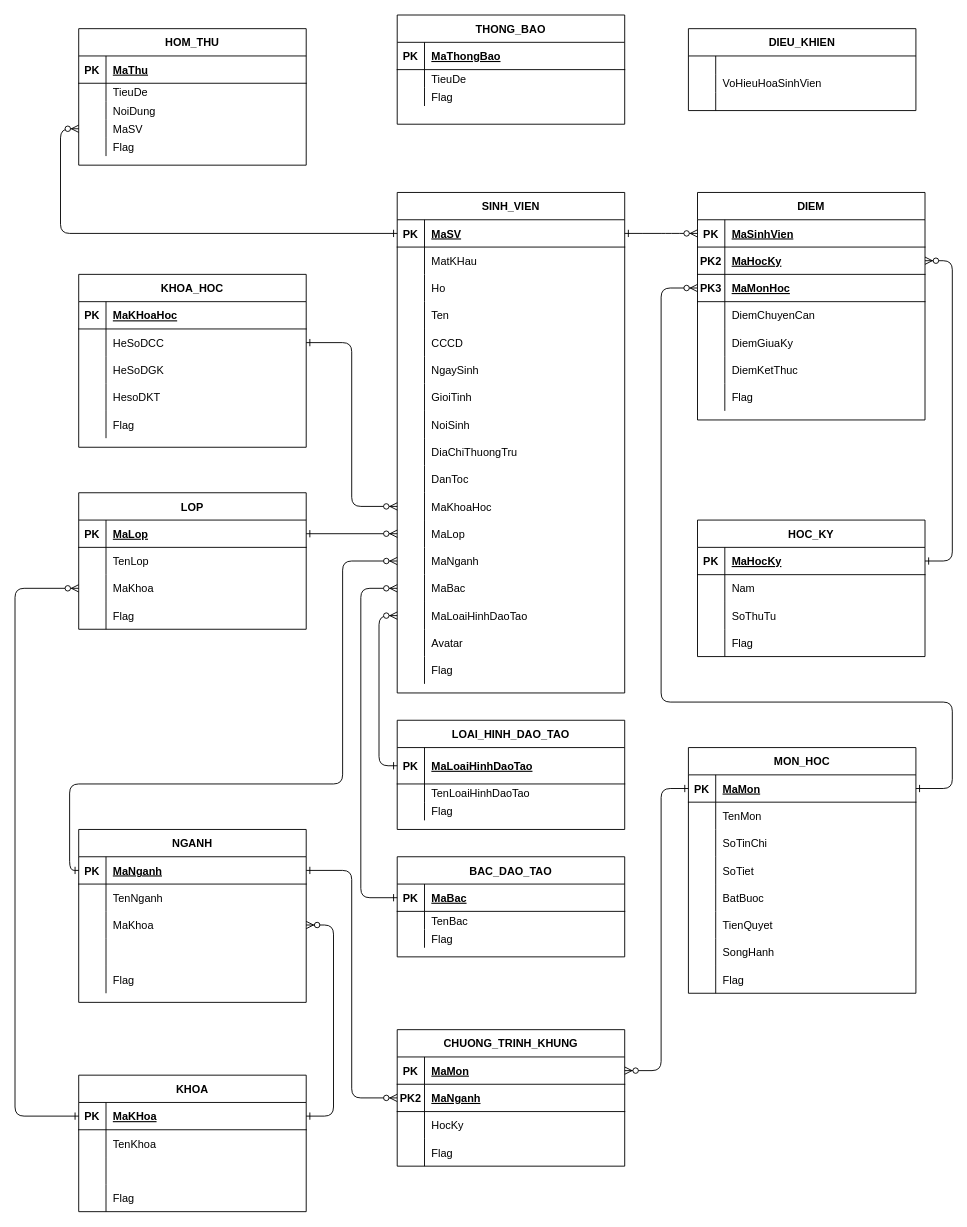
The draw.io diagram StoredFolder/SoDoThucTheLienKetDaTaBase.drawio in ngohoanglan3/group-9, before the edit. Source tidied: cells renumbered, new cells numbered last; positions are measured from the earlier drawing's top-left corner, leaving out a move shared by most shapes. Both pictures are drawn from the tidied source at 91%, with x=0, y=0 at pixel (15, 15).
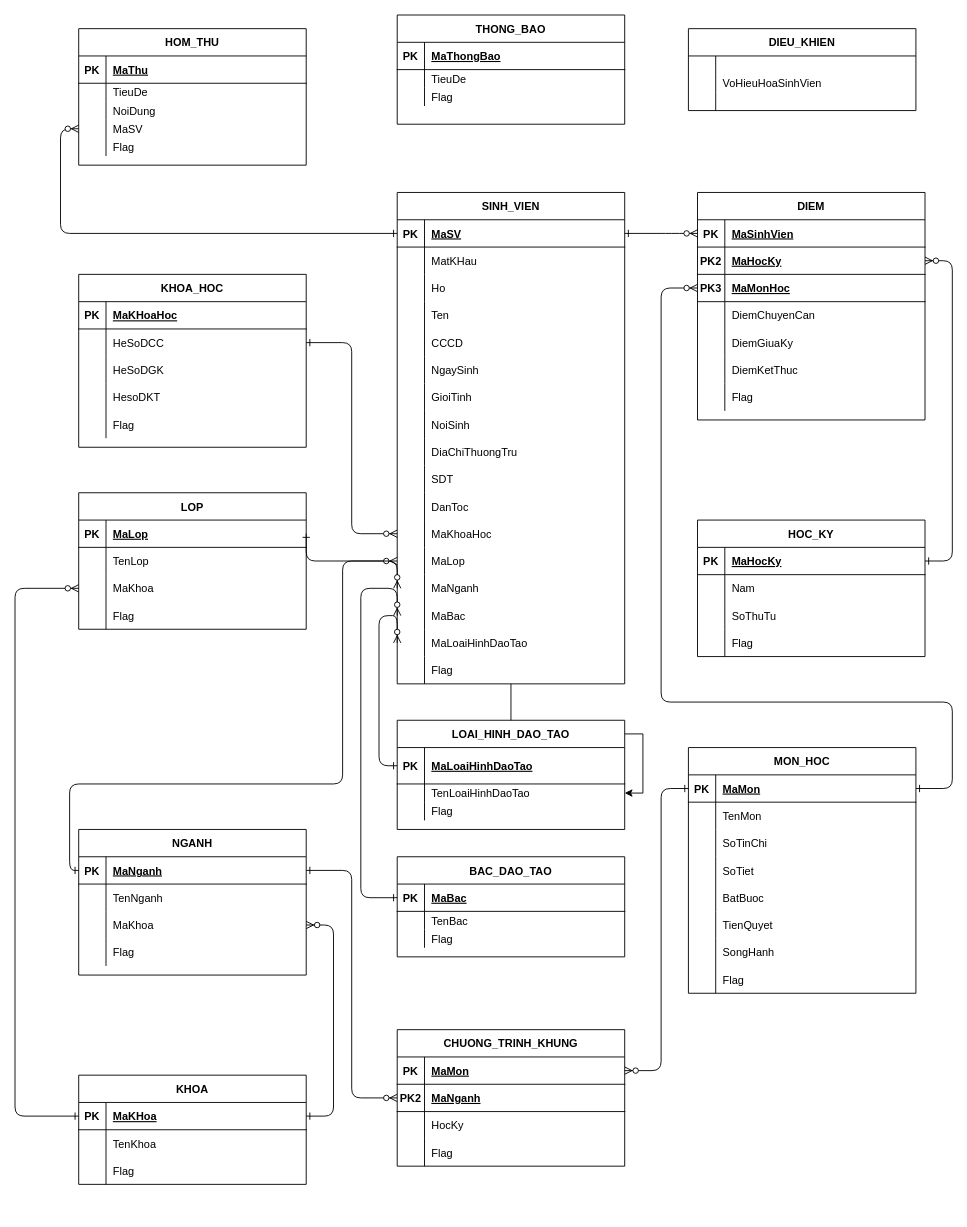
The same diagram, later.

The change refers to these unchanged cells:
```xml
<mxCell id="143" style="shape=partialRectangle;fillColor=none;top=0;left=0;right=0;bottom=0;" parent="136" vertex="1">
  <mxGeometry y="90" width="250" height="30" as="geometry" />
</mxCell>
<mxCell id="246" style="shape=partialRectangle;fillColor=none;points=[[0,0.5],[1,0.5]];portConstraint=eastwest;top=0;left=0;right=0;bottom=0;" parent="242" vertex="1">
  <mxGeometry y="70" width="250" height="20" as="geometry" />
</mxCell>
```

Change to the diagram source:
```diff
@@
+    <mxCell id="254" style="edgeStyle=orthogonalEdgeStyle;rounded=0;jettySize=auto;html=1;" parent="1" edge="1" source="4" target="246">
+      <mxGeometry relative="1" as="geometry" />
+    </mxCell>
     <mxCell id="4" value="SINH_VIEN" style="shape=table;startSize=30;childLayout=tableLayout;rowLines=0;fontStyle=1;align=center;" parent="1" vertex="1">
-      <mxGeometry x="420" y="195" width="250" height="550" as="geometry" />
+      <mxGeometry x="420" y="195" width="250" height="540" as="geometry" />
     </mxCell>
@@
+    <mxCell id="255" style="shape=partialRectangle;fillColor=none;top=0;left=0;right=0;bottom=0;" parent="4" vertex="1">
+      <mxGeometry y="300" width="250" height="30" as="geometry" />
+    </mxCell>
+    <mxCell id="256" style="shape=partialRectangle;overflow=hidden;fillColor=none;top=0;left=0;bottom=0;right=0;" parent="255" vertex="1">
+      <mxGeometry width="30" height="30" as="geometry" />
+    </mxCell>
+    <mxCell id="257" value="SDT" style="shape=partialRectangle;overflow=hidden;fillColor=none;top=0;left=0;bottom=0;right=0;align=left;spacingLeft=6;" parent="255" vertex="1">
+      <mxGeometry x="30" width="220" height="30" as="geometry" />
+    </mxCell>
     <mxCell id="32" style="shape=partialRectangle;fillColor=none;top=0;left=0;right=0;bottom=0;" parent="4" vertex="1">
-      <mxGeometry y="300" width="250" height="30" as="geometry" />
+      <mxGeometry y="330" width="250" height="30" as="geometry" />
     </mxCell>
@@
     <mxCell id="35" style="shape=partialRectangle;fillColor=none;points=[[0,0.5],[1,0.5]];portConstraint=eastwest;top=0;left=0;right=0;bottom=0;" parent="4" vertex="1">
-      <mxGeometry y="330" width="250" height="30" as="geometry" />
+      <mxGeometry y="360" width="250" height="30" as="geometry" />
     </mxCell>
@@
     <mxCell id="38" style="shape=partialRectangle;fillColor=none;points=[[0,0.5],[1,0.5]];portConstraint=eastwest;top=0;left=0;right=0;bottom=0;" parent="4" vertex="1">
-      <mxGeometry y="360" width="250" height="30" as="geometry" />
+      <mxGeometry y="390" width="250" height="30" as="geometry" />
     </mxCell>
@@
     <mxCell id="41" style="shape=partialRectangle;fillColor=none;points=[[0,0.5],[1,0.5]];portConstraint=eastwest;top=0;left=0;right=0;bottom=0;" parent="4" vertex="1">
-      <mxGeometry y="390" width="250" height="30" as="geometry" />
+      <mxGeometry y="420" width="250" height="30" as="geometry" />
     </mxCell>
@@
     <mxCell id="44" style="shape=partialRectangle;fillColor=none;points=[[0,0.5],[1,0.5]];portConstraint=eastwest;top=0;left=0;right=0;bottom=0;" parent="4" vertex="1">
-      <mxGeometry y="420" width="250" height="30" as="geometry" />
+      <mxGeometry y="450" width="250" height="30" as="geometry" />
     </mxCell>
@@
     <mxCell id="47" style="shape=partialRectangle;fillColor=none;points=[[0,0.5],[1,0.5]];portConstraint=eastwest;top=0;left=0;right=0;bottom=0;" parent="4" vertex="1">
-      <mxGeometry y="450" width="250" height="30" as="geometry" />
+      <mxGeometry y="480" width="250" height="30" as="geometry" />
     </mxCell>
@@
     <mxCell id="50" style="shape=partialRectangle;fillColor=none;top=0;left=0;right=0;bottom=0;" parent="4" vertex="1">
-      <mxGeometry y="480" width="250" height="30" as="geometry" />
+      <mxGeometry y="510" width="250" height="30" as="geometry" />
     </mxCell>
@@
-    <mxCell id="52" value="Avatar" style="shape=partialRectangle;overflow=hidden;fillColor=none;top=0;left=0;bottom=0;right=0;align=left;spacingLeft=6;" parent="50" vertex="1">
+    <mxCell id="52" value="Flag" style="shape=partialRectangle;overflow=hidden;fillColor=none;top=0;left=0;bottom=0;right=0;align=left;spacingLeft=6;" parent="50" vertex="1">
       <mxGeometry x="30" width="220" height="30" as="geometry" />
     </mxCell>
-    <mxCell id="53" style="shape=partialRectangle;fillColor=none;top=0;left=0;right=0;bottom=0;" parent="4" vertex="1">
-      <mxGeometry y="510" width="250" height="30" as="geometry" />
-    </mxCell>
-    <mxCell id="54" style="shape=partialRectangle;overflow=hidden;fillColor=none;top=0;left=0;bottom=0;right=0;" parent="53" vertex="1">
-      <mxGeometry width="30" height="30" as="geometry" />
-    </mxCell>
-    <mxCell id="55" value="Flag" style="shape=partialRectangle;overflow=hidden;fillColor=none;top=0;left=0;bottom=0;right=0;align=left;spacingLeft=6;" parent="53" vertex="1">
-      <mxGeometry x="30" width="220" height="30" as="geometry" />
-    </mxCell>
@@
     <mxCell id="120" value="NGANH" style="shape=table;startSize=30;childLayout=tableLayout;rowLines=0;fontStyle=1;align=center;" parent="1" vertex="1">
-      <mxGeometry x="70" y="895" width="250" height="190" as="geometry" />
+      <mxGeometry x="70" y="895" width="250" height="160" as="geometry" />
     </mxCell>
@@
-    <mxCell id="130" style="shape=partialRectangle;fillColor=none;top=0;left=0;right=0;bottom=0;" parent="120" vertex="1">
-      <mxGeometry y="120" width="250" height="30" as="geometry" />
-    </mxCell>
-    <mxCell id="131" style="shape=partialRectangle;overflow=hidden;fillColor=none;top=0;left=0;bottom=0;right=0;" parent="130" vertex="1">
-      <mxGeometry width="30" height="30" as="geometry" />
-    </mxCell>
-    <mxCell id="132" style="shape=partialRectangle;overflow=hidden;fillColor=none;top=0;left=0;bottom=0;right=0;align=left;spacingLeft=6;" parent="130" vertex="1">
-      <mxGeometry x="30" width="220" height="30" as="geometry" />
-    </mxCell>
     <mxCell id="133" style="shape=partialRectangle;fillColor=none;top=0;left=0;right=0;bottom=0;" parent="120" vertex="1">
-      <mxGeometry y="150" width="250" height="30" as="geometry" />
+      <mxGeometry y="120" width="250" height="30" as="geometry" />
     </mxCell>
@@
     <mxCell id="136" value="KHOA" style="shape=table;startSize=30;childLayout=tableLayout;rowLines=0;fontStyle=1;align=center;" parent="1" vertex="1">
-      <mxGeometry x="70" y="1165" width="250" height="150" as="geometry" />
+      <mxGeometry x="70" y="1165" width="250" height="120" as="geometry" />
     </mxCell>
@@
-    <mxCell id="145" style="shape=partialRectangle;overflow=hidden;fillColor=none;top=0;left=0;bottom=0;right=0;align=left;spacingLeft=6;" parent="143" vertex="1">
+    <mxCell id="145" value="Flag" style="shape=partialRectangle;overflow=hidden;fillColor=none;top=0;left=0;bottom=0;right=0;align=left;spacingLeft=6;" parent="143" vertex="1">
       <mxGeometry x="30" width="220" height="30" as="geometry" />
     </mxCell>
-    <mxCell id="146" style="shape=partialRectangle;fillColor=none;top=0;left=0;right=0;bottom=0;" parent="136" vertex="1">
-      <mxGeometry y="120" width="250" height="30" as="geometry" />
-    </mxCell>
-    <mxCell id="147" style="shape=partialRectangle;overflow=hidden;fillColor=none;top=0;left=0;bottom=0;right=0;" parent="146" vertex="1">
-      <mxGeometry width="30" height="30" as="geometry" />
-    </mxCell>
-    <mxCell id="148" value="Flag" style="shape=partialRectangle;overflow=hidden;fillColor=none;top=0;left=0;bottom=0;right=0;align=left;spacingLeft=6;" parent="146" vertex="1">
-      <mxGeometry x="30" width="220" height="30" as="geometry" />
-    </mxCell>
```
